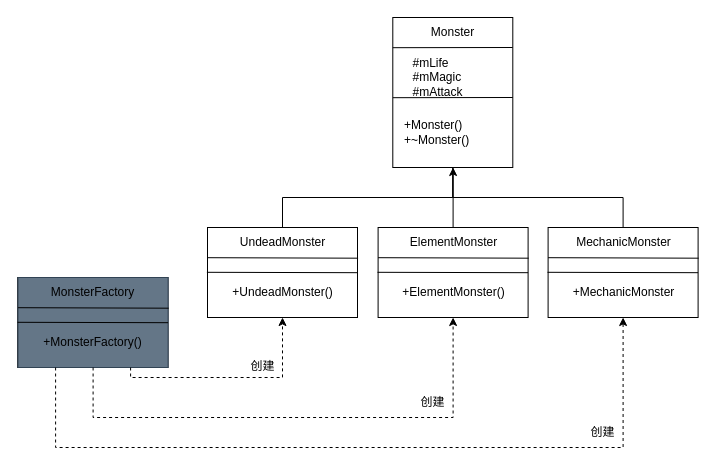
Earlier version of the draw.io diagram 工厂模式(Factory)/SimpleFactory/ulm.drawio (chenbei97/C--DesignMode). Source tidied: cells renumbered, new cells numbered last; positions are measured from the earlier drawing's top-left corner, leaving out a move shared by most shapes. Both pictures are drawn from the tidied source at 100%, with x=0, y=0 at pixel (17, 17).
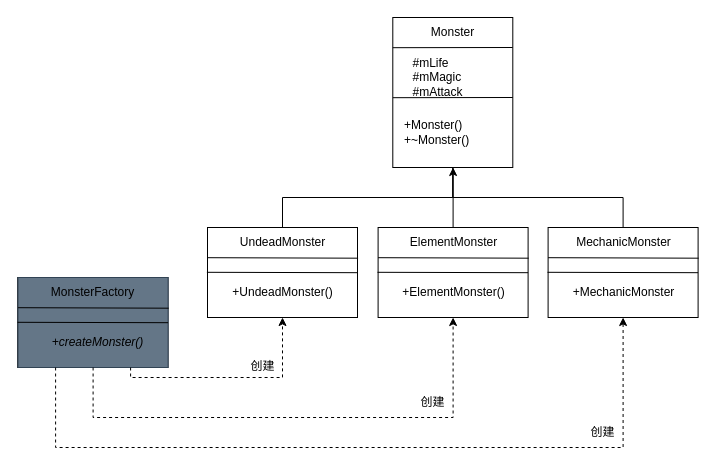
The same diagram, later.

Commit message (it also covers changes not shown here):
简单工厂模式-uml

Unchanged cells that the change refers to:
```xml
<mxCell id="30" style="group;" parent="1" vertex="1">
  <mxGeometry y="260" width="150.6" height="90" as="geometry" />
</mxCell>
```

Change to the diagram source:
```diff
@@
-    <mxCell id="36" value="+MonsterFactory()" style="text;html=1;align=center;verticalAlign=middle;strokeColor=none;fillColor=none;" parent="30" vertex="1">
-      <mxGeometry x="15.3" y="50" width="120" height="30" as="geometry" />
+    <mxCell id="36" style="text;html=1;align=center;verticalAlign=middle;strokeColor=none;fillColor=none;" parent="30" vertex="1">
+      <mxGeometry x="65.3" y="50" width="20" height="30" as="geometry" />
     </mxCell>
+    <mxCell id="43" value="&lt;i&gt;+createMonster()&lt;/i&gt;" style="text;html=1;align=center;verticalAlign=middle;strokeColor=none;fillColor=none;" parent="30" vertex="1">
+      <mxGeometry x="20.3" y="50" width="120" height="30" as="geometry" />
+    </mxCell>
```
